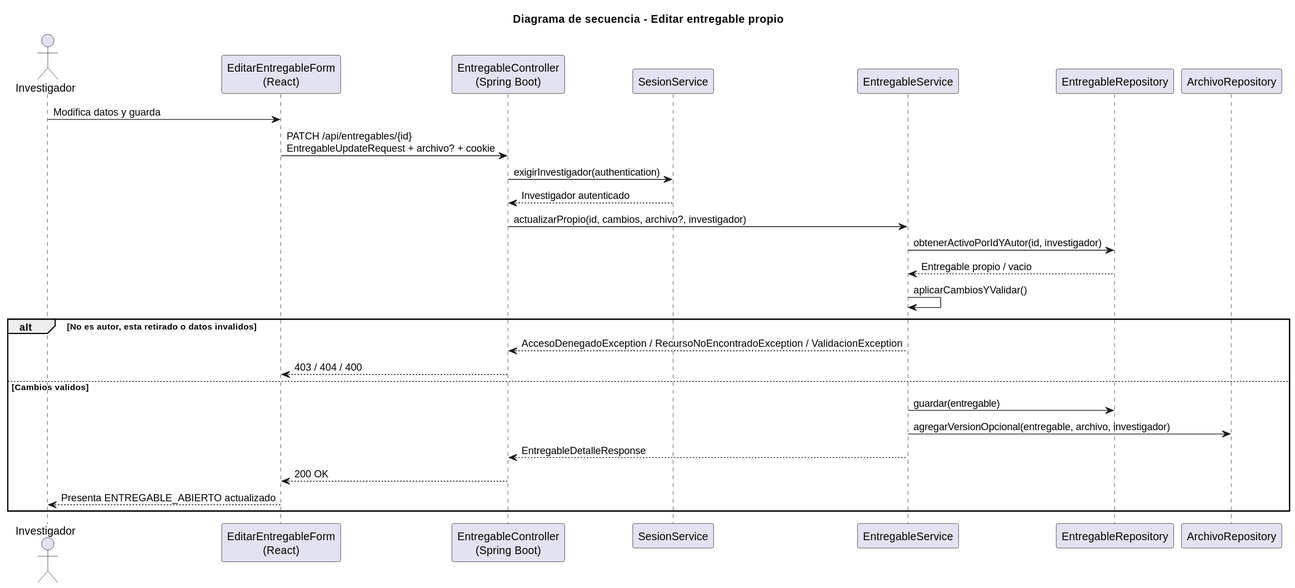
Before: images/RUP/02-diseño/casos-uso/investigador/editarEntregable/secuencia.svg, a diagram exported from PlantUML (beatriizorozco/25-26-idsw2-sdVC). Its diagram source:
```plantuml
@startuml
title Diagrama de secuencia - Editar entregable propio
actor Investigador
participant "EditarEntregableForm\n(React)" as Frontend
participant "EntregableController\n(Spring Boot)" as Api
participant "SesionService" as Sesion
participant "EntregableService" as Service
participant "EntregableRepository" as Repo
participant "ArchivoRepository" as ArchivoRepo

Investigador -> Frontend: Modifica datos y guarda
Frontend -> Api: PATCH /api/entregables/{id}\nEntregableUpdateRequest + archivo? + cookie
Api -> Sesion: exigirInvestigador(authentication)
Sesion --> Api: Investigador autenticado
Api -> Service: actualizarPropio(id, cambios, archivo?, investigador)
Service -> Repo: obtenerActivoPorIdYAutor(id, investigador)
Repo --> Service: Entregable propio / vacio
Service -> Service: aplicarCambiosYValidar()
alt No es autor, esta retirado o datos invalidos
  Service --> Api: AccesoDenegadoException / RecursoNoEncontradoException / ValidacionException
  Api --> Frontend: 403 / 404 / 400
else Cambios validos
  Service -> Repo: guardar(entregable)
  Service -> ArchivoRepo: agregarVersionOpcional(entregable, archivo, investigador)
  Service --> Api: EntregableDetalleResponse
  Api --> Frontend: 200 OK
  Frontend --> Investigador: Presenta ENTREGABLE_ABIERTO actualizado
end
@enduml
```
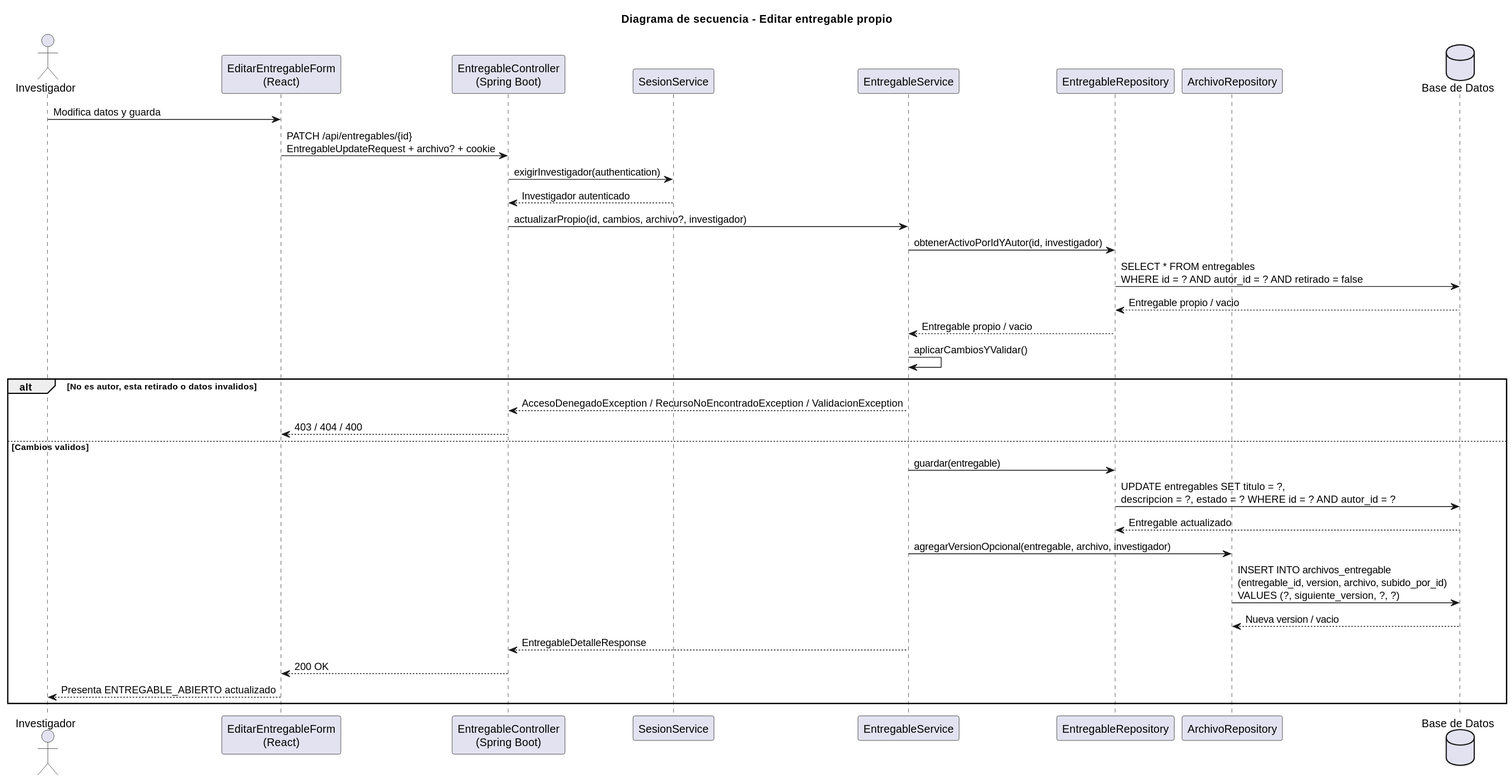
The same diagram one commit later.

Diff of the diagram source:
```diff
@@ -7,6 +7,7 @@
 participant "EntregableService" as Service
 participant "EntregableRepository" as Repo
 participant "ArchivoRepository" as ArchivoRepo
+database "Base de Datos" as DB
 
 Investigador -> Frontend: Modifica datos y guarda
 Frontend -> Api: PATCH /api/entregables/{id}\nEntregableUpdateRequest + archivo? + cookie
@@ -14,6 +15,8 @@
 Sesion --> Api: Investigador autenticado
 Api -> Service: actualizarPropio(id, cambios, archivo?, investigador)
 Service -> Repo: obtenerActivoPorIdYAutor(id, investigador)
+Repo -> DB: SELECT * FROM entregables\nWHERE id = ? AND autor_id = ? AND retirado = false
+DB --> Repo: Entregable propio / vacio
 Repo --> Service: Entregable propio / vacio
 Service -> Service: aplicarCambiosYValidar()
 alt No es autor, esta retirado o datos invalidos
@@ -21,7 +24,11 @@
   Api --> Frontend: 403 / 404 / 400
 else Cambios validos
   Service -> Repo: guardar(entregable)
+  Repo -> DB: UPDATE entregables SET titulo = ?,\ndescripcion = ?, estado = ? WHERE id = ? AND autor_id = ?
+  DB --> Repo: Entregable actualizado
   Service -> ArchivoRepo: agregarVersionOpcional(entregable, archivo, investigador)
+  ArchivoRepo -> DB: INSERT INTO archivos_entregable\n(entregable_id, version, archivo, subido_por_id)\nVALUES (?, siguiente_version, ?, ?)
+  DB --> ArchivoRepo: Nueva version / vacio
   Service --> Api: EntregableDetalleResponse
   Api --> Frontend: 200 OK
   Frontend --> Investigador: Presenta ENTREGABLE_ABIERTO actualizado
```
